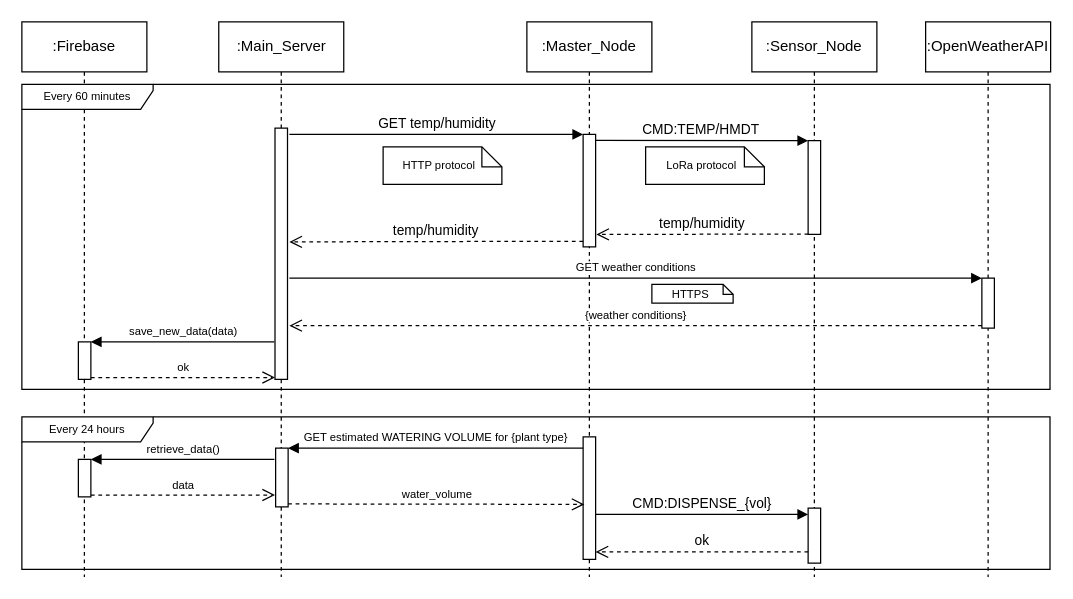
Before: diagrams/source/UML process diagram.drawio in maxDeCod3r/DE4-SIoT, a draw.io diagram. Source tidied: cells renumbered, new cells numbered last; positions are measured from the earlier drawing's top-left corner, leaving out a move shared by most shapes. Both pictures are drawn from the tidied source at 125%, with x=0, y=0 at pixel (21, 21).
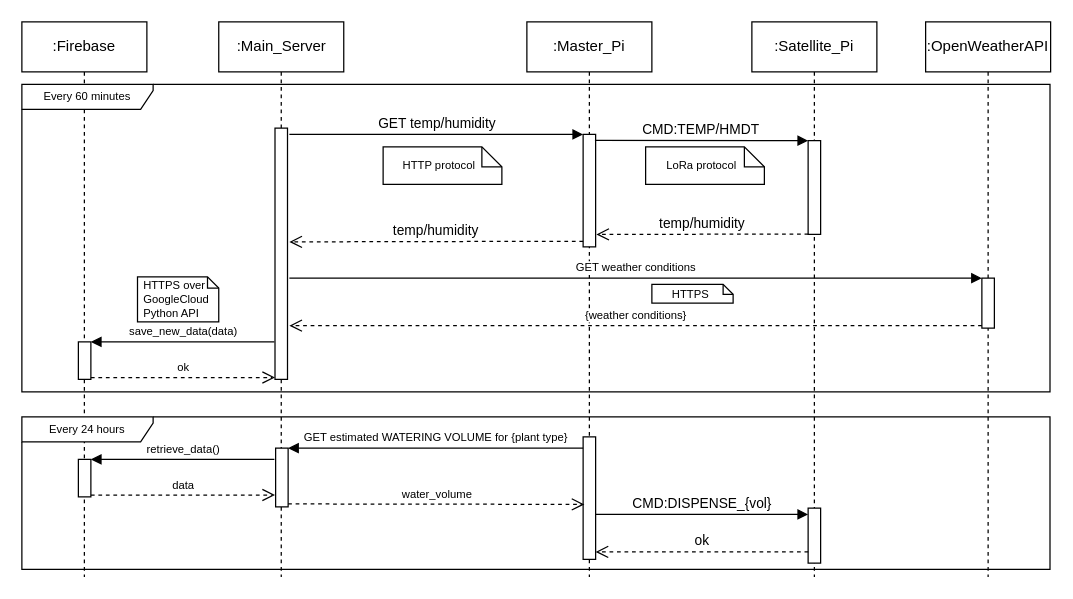
Above is the later version.

Change to the diagram source:
```diff
@@
-    <mxCell id="8" value=":Sensor_Node" style="shape=umlLifeline;perimeter=lifelinePerimeter;whiteSpace=wrap;html=1;" parent="1" vertex="1">
+    <mxCell id="8" value=":Satellite_Pi" style="shape=umlLifeline;perimeter=lifelinePerimeter;whiteSpace=wrap;html=1;" parent="1" vertex="1">
       <mxGeometry x="584" width="100" height="444" as="geometry" />
     </mxCell>
@@
-    <mxCell id="11" value=":Master_Node" style="shape=umlLifeline;perimeter=lifelinePerimeter;whiteSpace=wrap;html=1;" parent="1" vertex="1">
+    <mxCell id="11" value=":Master_Pi" style="shape=umlLifeline;perimeter=lifelinePerimeter;whiteSpace=wrap;html=1;" parent="1" vertex="1">
       <mxGeometry x="404" width="100" height="444" as="geometry" />
     </mxCell>
@@
     <mxCell id="31" value="Every 60 minutes" style="shape=umlFrame;whiteSpace=wrap;html=1;fontSize=9;width=105;height=20;" parent="1" vertex="1">
-      <mxGeometry y="50" width="822.5" height="244" as="geometry" />
+      <mxGeometry y="50" width="822.5" height="246" as="geometry" />
     </mxCell>
@@
+    <mxCell id="38" style="shape=note2;boundedLbl=1;whiteSpace=wrap;html=1;size=9;verticalAlign=top;align=center;" parent="1" vertex="1">
+      <mxGeometry x="92.5" y="204" width="65" height="36" as="geometry" />
+    </mxCell>
+    <mxCell id="39" value="HTTPS over &#10;GoogleCloud &#10;Python API" style="text;align=left;fontStyle=0;verticalAlign=middle;spacingLeft=3;spacingRight=3;strokeColor=none;fontSize=9;" parent="1" vertex="1">
+      <mxGeometry x="92.5" y="212" width="63" height="19.5" as="geometry" />
+    </mxCell>
```
